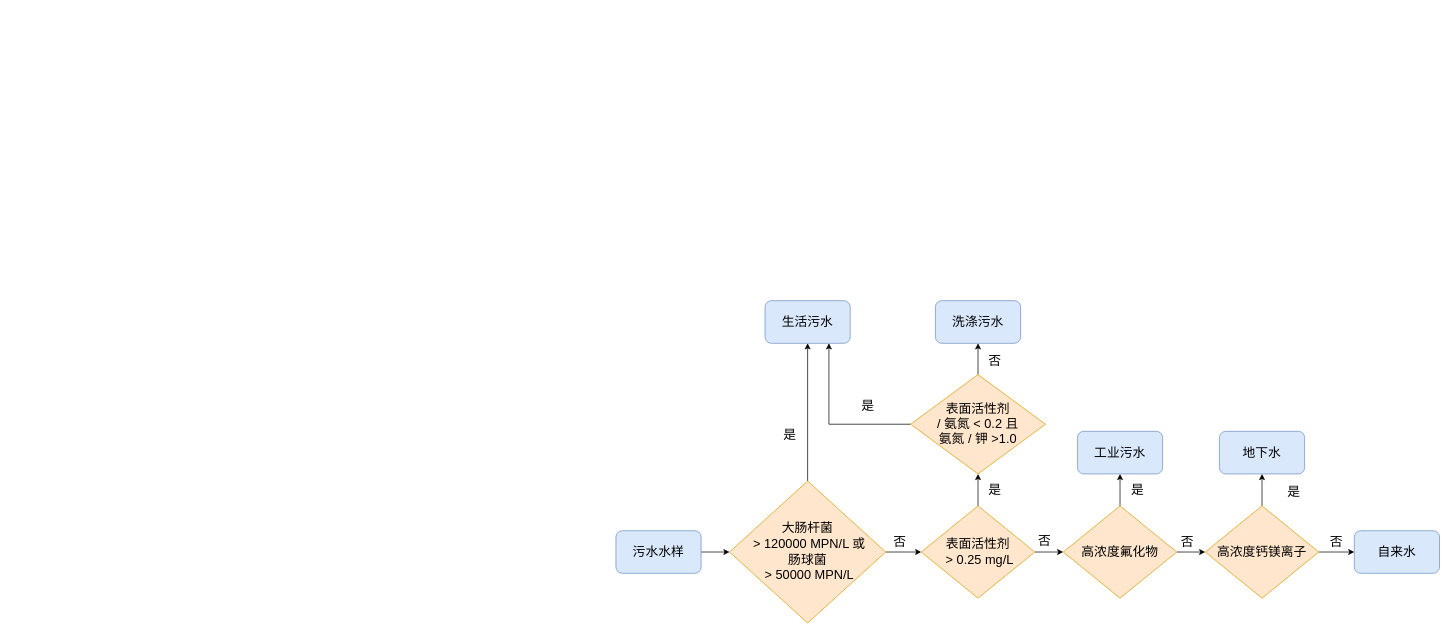
WienWong/Misc keeps this draw.io diagram as 粪便污染指示菌的混接探查.drawio. Above is the earlier version. Source tidied: cells renumbered, new cells numbered last; positions are measured from the earlier drawing's top-left corner, leaving out a move shared by most shapes. Both pictures are drawn from the tidied source at 71%, with x=0, y=0 at pixel (616, 300).
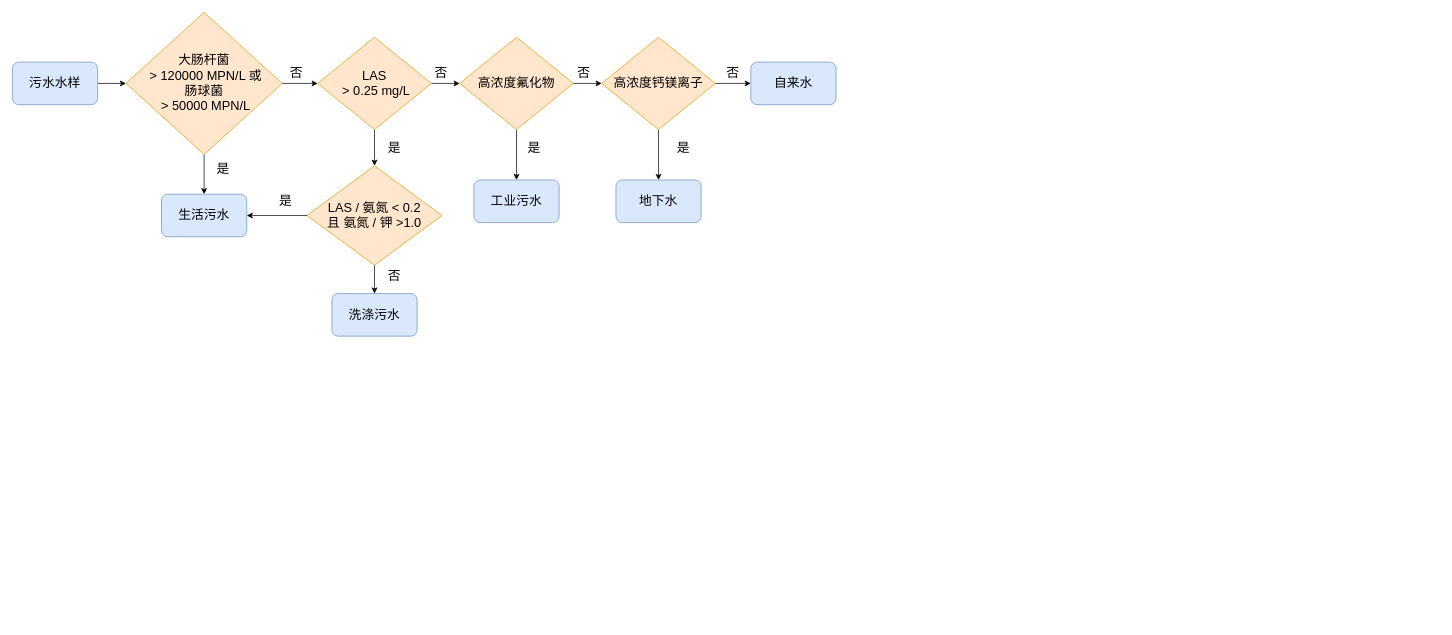
The same page after the edit.

Commit message:
Update 粪便污染指示菌的混接探查.drawio

What changed in the source:
```diff
@@
     <mxCell id="3" value="&lt;font style=&quot;font-size: 18px&quot;&gt;污水水样&lt;/font&gt;" style="rounded=1;whiteSpace=wrap;html=1;fillColor=#dae8fc;strokeColor=#6c8ebf;" parent="1" vertex="1">
-      <mxGeometry y="324" width="120" height="60" as="geometry" />
+      <mxGeometry x="-850" y="-336" width="120" height="60" as="geometry" />
     </mxCell>
@@
-    <mxCell id="5" style="edgeStyle=orthogonalEdgeStyle;rounded=0;jettySize=auto;html=1;exitX=0.5;exitY=0;exitDx=0;exitDy=0;entryX=0.5;entryY=1;entryDx=0;entryDy=0;" parent="1" edge="1" source="6" target="14">
+    <mxCell id="5" style="edgeStyle=orthogonalEdgeStyle;rounded=0;jettySize=auto;html=1;exitX=0.5;exitY=1;exitDx=0;exitDy=0;" parent="1" edge="1" source="6" target="14">
       <mxGeometry relative="1" as="geometry" />
     </mxCell>
     <mxCell id="6" value="&lt;font style=&quot;font-size: 18px&quot;&gt;大肠杆菌&lt;br&gt;&amp;nbsp;&amp;gt; 120000 MPN/L 或&lt;br&gt;肠球菌&lt;br&gt;&amp;nbsp;&amp;gt; 50000 MPN/L&lt;/font&gt;" style="rhombus;whiteSpace=wrap;html=1;fillColor=#ffe6cc;strokeColor=#d79b00;" parent="1" vertex="1">
-      <mxGeometry x="160" y="254" width="220" height="200" as="geometry" />
+      <mxGeometry x="-690" y="-406" width="220" height="200" as="geometry" />
     </mxCell>
+    <mxCell id="8" style="edgeStyle=orthogonalEdgeStyle;rounded=0;jettySize=auto;html=1;exitX=1;exitY=0.5;exitDx=0;exitDy=0;entryX=0;entryY=0.5;entryDx=0;entryDy=0;" parent="1" edge="1" source="9" target="23">
+      <mxGeometry relative="1" as="geometry" />
+    </mxCell>
-    <mxCell id="7" style="edgeStyle=orthogonalEdgeStyle;rounded=0;jettySize=auto;html=1;exitX=0.5;exitY=0;exitDx=0;exitDy=0;entryX=0.5;entryY=1;entryDx=0;entryDy=0;" parent="1" edge="1" source="9" target="12">
+    <mxCell id="7" style="edgeStyle=orthogonalEdgeStyle;rounded=0;jettySize=auto;html=1;exitX=0.5;exitY=1;exitDx=0;exitDy=0;" parent="1" edge="1" source="9" target="12">
       <mxGeometry relative="1" as="geometry" />
     </mxCell>
-    <mxCell id="8" style="edgeStyle=orthogonalEdgeStyle;rounded=0;jettySize=auto;html=1;exitX=1;exitY=0.5;exitDx=0;exitDy=0;entryX=0;entryY=0.5;entryDx=0;entryDy=0;" parent="1" edge="1" source="9" target="23">
-      <mxGeometry relative="1" as="geometry" />
-    </mxCell>
-    <mxCell id="9" value="&lt;font style=&quot;font-size: 18px&quot;&gt;表面活性剂&lt;br&gt;&amp;nbsp;&amp;gt; 0.25 mg/L&lt;/font&gt;" style="rhombus;whiteSpace=wrap;html=1;fillColor=#ffe6cc;strokeColor=#d79b00;" parent="1" vertex="1">
-      <mxGeometry x="430" y="289" width="160" height="130" as="geometry" />
+    <mxCell id="9" value="&lt;font style=&quot;font-size: 18px&quot;&gt;LAS&lt;br&gt;&amp;nbsp;&amp;gt; 0.25 mg/L&lt;/font&gt;" style="rhombus;whiteSpace=wrap;html=1;fillColor=#ffe6cc;strokeColor=#d79b00;" parent="1" vertex="1">
+      <mxGeometry x="-420" y="-371" width="160" height="130" as="geometry" />
     </mxCell>
+    <mxCell id="11" style="edgeStyle=orthogonalEdgeStyle;rounded=0;jettySize=auto;html=1;exitX=0.5;exitY=1;exitDx=0;exitDy=0;entryX=0.5;entryY=0;entryDx=0;entryDy=0;" parent="1" edge="1" source="12" target="13">
+      <mxGeometry relative="1" as="geometry" />
+    </mxCell>
-    <mxCell id="10" style="edgeStyle=orthogonalEdgeStyle;rounded=0;jettySize=auto;html=1;exitX=0;exitY=0.5;exitDx=0;exitDy=0;entryX=0.75;entryY=1;entryDx=0;entryDy=0;" parent="1" edge="1" source="12" target="14">
+    <mxCell id="10" style="edgeStyle=orthogonalEdgeStyle;rounded=0;jettySize=auto;html=1;exitX=0;exitY=0.5;exitDx=0;exitDy=0;entryX=1;entryY=0.5;entryDx=0;entryDy=0;" parent="1" edge="1" source="12" target="14">
       <mxGeometry relative="1" as="geometry" />
     </mxCell>
-    <mxCell id="11" style="edgeStyle=orthogonalEdgeStyle;rounded=0;jettySize=auto;html=1;exitX=0.5;exitY=0;exitDx=0;exitDy=0;" parent="1" edge="1" source="12" target="13">
-      <mxGeometry relative="1" as="geometry" />
-    </mxCell>
-    <mxCell id="12" value="&lt;span style=&quot;font-size: 18px&quot;&gt;表面活性剂&lt;br&gt;/ 氨氮&lt;/span&gt;&lt;span style=&quot;font-size: 18px&quot;&gt;&amp;nbsp;&amp;lt; 0.2 且&lt;br&gt;氨氮&amp;nbsp;&lt;/span&gt;&lt;span style=&quot;font-size: 18px&quot;&gt;/ 钾 &amp;gt;1.0&lt;br&gt;&lt;/span&gt;" style="rhombus;whiteSpace=wrap;html=1;fillColor=#ffe6cc;strokeColor=#d79b00;" parent="1" vertex="1">
-      <mxGeometry x="415" y="104" width="190" height="140" as="geometry" />
+    <mxCell id="12" value="&lt;span style=&quot;font-size: 18px&quot;&gt;LAS /&amp;nbsp;氨氮&lt;/span&gt;&lt;span style=&quot;font-size: 18px&quot;&gt;&amp;nbsp;&amp;lt; 0.2 &lt;br&gt;且 氨氮&amp;nbsp;&lt;/span&gt;&lt;span style=&quot;font-size: 18px&quot;&gt;/ 钾 &amp;gt;1.0&lt;br&gt;&lt;/span&gt;" style="rhombus;whiteSpace=wrap;html=1;fillColor=#ffe6cc;strokeColor=#d79b00;" parent="1" vertex="1">
+      <mxGeometry x="-435" y="-190" width="190" height="140" as="geometry" />
     </mxCell>
     <mxCell id="13" value="&lt;font style=&quot;font-size: 18px&quot;&gt;洗涤污水&lt;/font&gt;" style="rounded=1;whiteSpace=wrap;html=1;fillColor=#dae8fc;strokeColor=#6c8ebf;" parent="1" vertex="1">
-      <mxGeometry x="450" width="120" height="60" as="geometry" />
+      <mxGeometry x="-400" y="-10" width="120" height="60" as="geometry" />
     </mxCell>
     <mxCell id="14" value="&lt;font style=&quot;font-size: 18px&quot;&gt;生活污水&lt;/font&gt;" style="rounded=1;whiteSpace=wrap;html=1;fillColor=#dae8fc;strokeColor=#6c8ebf;" parent="1" vertex="1">
-      <mxGeometry x="210" width="120" height="60" as="geometry" />
+      <mxGeometry x="-640" y="-150" width="120" height="60" as="geometry" />
     </mxCell>
     <mxCell id="15" value="&lt;font style=&quot;font-size: 18px&quot;&gt;是&lt;/font&gt;" style="text;html=1;strokeColor=none;fillColor=none;align=center;verticalAlign=middle;whiteSpace=wrap;rounded=0;" parent="1" vertex="1">
-      <mxGeometry x="220" y="174" width="50" height="30" as="geometry" />
+      <mxGeometry x="-578" y="-200" width="50" height="30" as="geometry" />
     </mxCell>
     <mxCell id="16" value="&lt;font style=&quot;font-size: 18px&quot;&gt;是&lt;/font&gt;" style="text;html=1;strokeColor=none;fillColor=none;align=center;verticalAlign=middle;whiteSpace=wrap;rounded=0;" parent="1" vertex="1">
-      <mxGeometry x="509" y="252" width="50" height="30" as="geometry" />
+      <mxGeometry x="-337" y="-230" width="50" height="30" as="geometry" />
     </mxCell>
     <mxCell id="17" value="&lt;font style=&quot;font-size: 18px&quot;&gt;是&lt;/font&gt;" style="text;html=1;strokeColor=none;fillColor=none;align=center;verticalAlign=middle;whiteSpace=wrap;rounded=0;" parent="1" vertex="1">
-      <mxGeometry x="330" y="134" width="50" height="30" as="geometry" />
+      <mxGeometry x="-490" y="-155" width="50" height="30" as="geometry" />
     </mxCell>
     <mxCell id="18" value="&lt;font style=&quot;font-size: 18px&quot;&gt;否&lt;/font&gt;" style="text;html=1;strokeColor=none;fillColor=none;align=center;verticalAlign=middle;whiteSpace=wrap;rounded=0;" parent="1" vertex="1">
-      <mxGeometry x="780" y="325" width="50" height="30" as="geometry" />
+      <mxGeometry x="-70" y="-335" width="50" height="30" as="geometry" />
     </mxCell>
     <mxCell id="19" value="&lt;font style=&quot;font-size: 18px&quot;&gt;否&lt;/font&gt;" style="text;html=1;strokeColor=none;fillColor=none;align=center;verticalAlign=middle;whiteSpace=wrap;rounded=0;" parent="1" vertex="1">
-      <mxGeometry x="509" y="70" width="50" height="30" as="geometry" />
+      <mxGeometry x="-337" y="-50" width="50" height="30" as="geometry" />
     </mxCell>
     <mxCell id="20" value="&lt;font style=&quot;font-size: 18px&quot;&gt;否&lt;/font&gt;" style="text;html=1;strokeColor=none;fillColor=none;align=center;verticalAlign=middle;whiteSpace=wrap;rounded=0;" parent="1" vertex="1">
-      <mxGeometry x="375" y="325" width="50" height="30" as="geometry" />
+      <mxGeometry x="-475" y="-335" width="50" height="30" as="geometry" />
     </mxCell>
@@
-    <mxCell id="22" style="edgeStyle=orthogonalEdgeStyle;rounded=0;jettySize=auto;html=1;exitX=0.5;exitY=0;exitDx=0;exitDy=0;entryX=0.5;entryY=1;entryDx=0;entryDy=0;" parent="1" edge="1" source="23" target="25">
+    <mxCell id="22" style="edgeStyle=orthogonalEdgeStyle;rounded=0;jettySize=auto;html=1;exitX=0.5;exitY=1;exitDx=0;exitDy=0;" parent="1" edge="1" source="23" target="25">
       <mxGeometry relative="1" as="geometry" />
     </mxCell>
     <mxCell id="23" value="&lt;span style=&quot;font-size: 18px&quot;&gt;高浓度氟化物&lt;/span&gt;" style="rhombus;whiteSpace=wrap;html=1;fillColor=#ffe6cc;strokeColor=#d79b00;" parent="1" vertex="1">
-      <mxGeometry x="630" y="289" width="160" height="130" as="geometry" />
+      <mxGeometry x="-220" y="-371" width="160" height="130" as="geometry" />
     </mxCell>
     <mxCell id="24" value="&lt;font style=&quot;font-size: 18px&quot;&gt;否&lt;/font&gt;" style="text;html=1;strokeColor=none;fillColor=none;align=center;verticalAlign=middle;whiteSpace=wrap;rounded=0;" parent="1" vertex="1">
-      <mxGeometry x="579" y="324" width="50" height="30" as="geometry" />
+      <mxGeometry x="-271" y="-336" width="50" height="30" as="geometry" />
     </mxCell>
     <mxCell id="25" value="&lt;font style=&quot;font-size: 18px&quot;&gt;工业污水&lt;/font&gt;" style="rounded=1;whiteSpace=wrap;html=1;fillColor=#dae8fc;strokeColor=#6c8ebf;" parent="1" vertex="1">
-      <mxGeometry x="650" y="184" width="120" height="60" as="geometry" />
+      <mxGeometry x="-200" y="-170" width="120" height="60" as="geometry" />
     </mxCell>
     <mxCell id="26" value="&lt;font style=&quot;font-size: 18px&quot;&gt;是&lt;/font&gt;" style="text;html=1;strokeColor=none;fillColor=none;align=center;verticalAlign=middle;whiteSpace=wrap;rounded=0;" parent="1" vertex="1">
-      <mxGeometry x="710" y="252" width="50" height="30" as="geometry" />
+      <mxGeometry x="-140" y="-230" width="50" height="30" as="geometry" />
     </mxCell>
     <mxCell id="27" value="&lt;font style=&quot;font-size: 18px&quot;&gt;自来水&lt;/font&gt;" style="rounded=1;whiteSpace=wrap;html=1;fillColor=#dae8fc;strokeColor=#6c8ebf;" parent="1" vertex="1">
-      <mxGeometry x="1040" y="324" width="120" height="60" as="geometry" />
+      <mxGeometry x="190" y="-336" width="120" height="60" as="geometry" />
     </mxCell>
     <mxCell id="28" value="&lt;font style=&quot;font-size: 18px&quot;&gt;否&lt;/font&gt;" style="text;html=1;strokeColor=none;fillColor=none;align=center;verticalAlign=middle;whiteSpace=wrap;rounded=0;" parent="1" vertex="1">
-      <mxGeometry x="990" y="325" width="50" height="30" as="geometry" />
+      <mxGeometry x="140" y="-335" width="50" height="30" as="geometry" />
     </mxCell>
@@
-    <mxCell id="30" style="edgeStyle=orthogonalEdgeStyle;rounded=0;jettySize=auto;html=1;exitX=0.5;exitY=0;exitDx=0;exitDy=0;entryX=0.5;entryY=1;entryDx=0;entryDy=0;" parent="1" edge="1" source="31" target="32">
+    <mxCell id="30" style="edgeStyle=orthogonalEdgeStyle;rounded=0;jettySize=auto;html=1;exitX=0.5;exitY=1;exitDx=0;exitDy=0;entryX=0.5;entryY=0;entryDx=0;entryDy=0;" parent="1" edge="1" source="31" target="32">
       <mxGeometry relative="1" as="geometry" />
     </mxCell>
     <mxCell id="31" value="&lt;span style=&quot;font-size: 18px&quot;&gt;高浓度钙镁离子&lt;/span&gt;" style="rhombus;whiteSpace=wrap;html=1;fillColor=#ffe6cc;strokeColor=#d79b00;" parent="1" vertex="1">
-      <mxGeometry x="830" y="289" width="160" height="130" as="geometry" />
+      <mxGeometry x="-20" y="-371" width="160" height="130" as="geometry" />
     </mxCell>
     <mxCell id="32" value="&lt;font style=&quot;font-size: 18px&quot;&gt;地下水&lt;/font&gt;" style="rounded=1;whiteSpace=wrap;html=1;fillColor=#dae8fc;strokeColor=#6c8ebf;" parent="1" vertex="1">
-      <mxGeometry x="850" y="184" width="120" height="60" as="geometry" />
+      <mxGeometry y="-170" width="120" height="60" as="geometry" />
     </mxCell>
     <mxCell id="33" value="&lt;font style=&quot;font-size: 18px&quot;&gt;是&lt;/font&gt;" style="text;html=1;strokeColor=none;fillColor=none;align=center;verticalAlign=middle;whiteSpace=wrap;rounded=0;" parent="1" vertex="1">
-      <mxGeometry x="930" y="254" width="50" height="30" as="geometry" />
+      <mxGeometry x="70" y="-230" width="50" height="30" as="geometry" />
     </mxCell>
```
